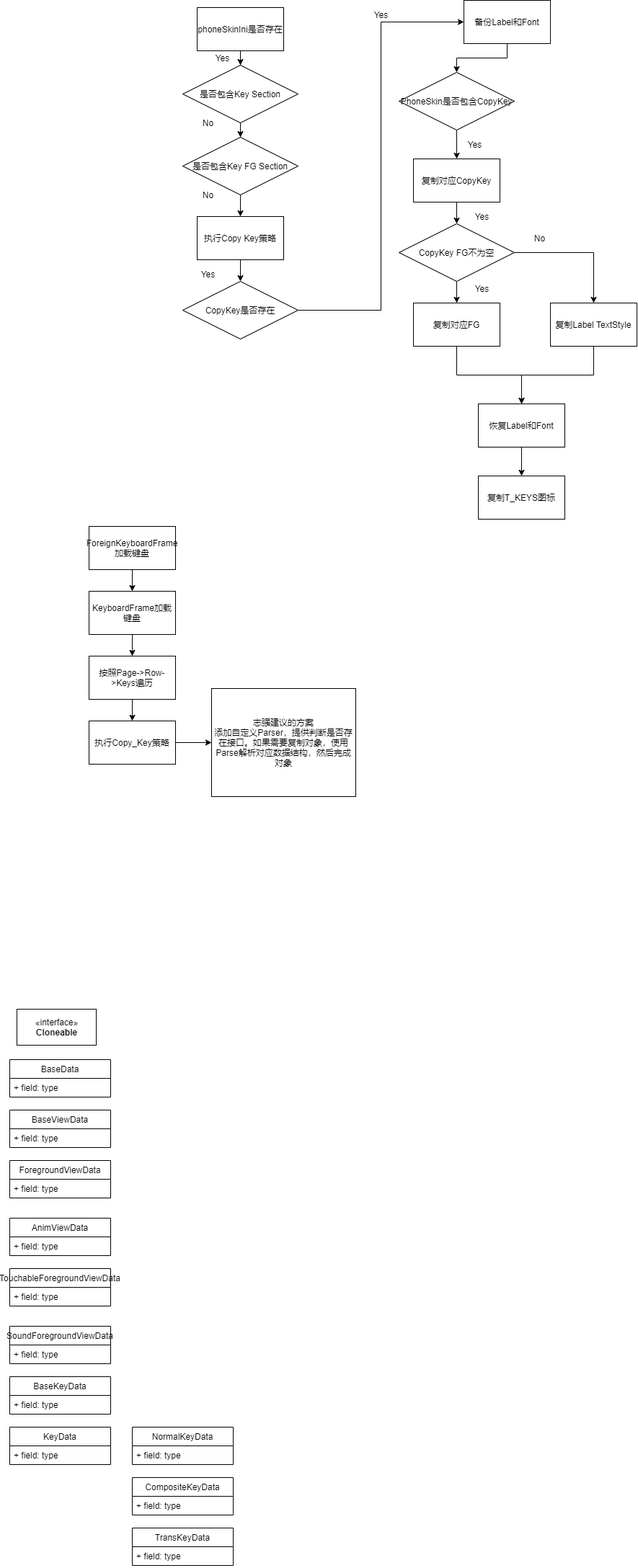
The draw.io diagram input/Copy_Key_Rectory.png in chonglv/charts, before a commit. Source tidied: cells renumbered, new cells last; positions are measured from the earlier drawing's top-left corner, leaving out a move shared by most shapes.
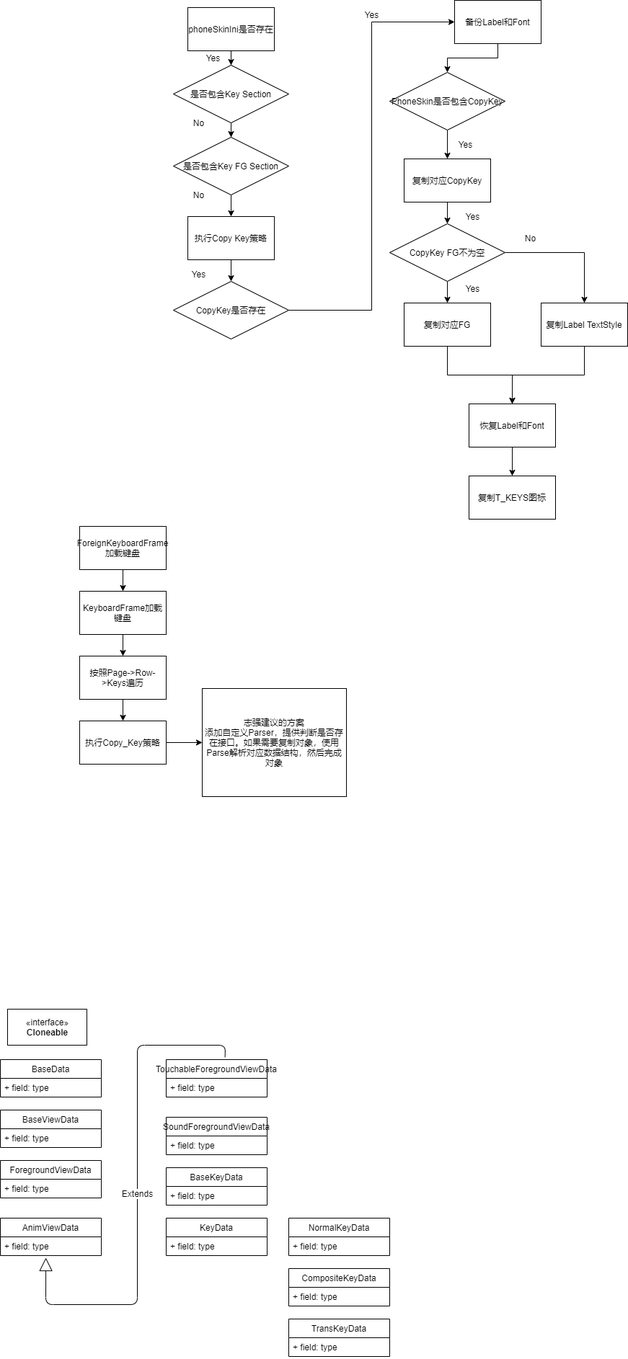
The same file after the commit.

Diff of the diagram source:
```diff
@@ -162,46 +162,56 @@
       <mxGeometry y="26" width="140" height="26" as="geometry" />
     </mxCell>
     <mxCell id="55" value="TouchableForegroundViewData" style="swimlane;fontStyle=0;horizontal=1;startSize=26;fillColor=none;" parent="1" vertex="1">
-      <mxGeometry y="1760" width="140" height="52" as="geometry" />
+      <mxGeometry x="230" y="1470" width="140" height="52" as="geometry" />
     </mxCell>
     <mxCell id="56" value="+ field: type" style="text;strokeColor=none;fillColor=none;align=left;verticalAlign=top;spacingLeft=4;spacingRight=4;overflow=hidden;" parent="55" vertex="1">
       <mxGeometry y="26" width="140" height="26" as="geometry" />
     </mxCell>
     <mxCell id="57" value="SoundForegroundViewData" style="swimlane;fontStyle=0;horizontal=1;startSize=26;fillColor=none;" parent="1" vertex="1">
-      <mxGeometry y="1840" width="140" height="52" as="geometry" />
+      <mxGeometry x="230" y="1550" width="140" height="52" as="geometry" />
     </mxCell>
     <mxCell id="58" value="+ field: type" style="text;strokeColor=none;fillColor=none;align=left;verticalAlign=top;spacingLeft=4;spacingRight=4;overflow=hidden;" parent="57" vertex="1">
       <mxGeometry y="26" width="140" height="26" as="geometry" />
     </mxCell>
     <mxCell id="59" value="BaseKeyData" style="swimlane;fontStyle=0;horizontal=1;startSize=26;fillColor=none;" parent="1" vertex="1">
-      <mxGeometry y="1910" width="140" height="52" as="geometry" />
+      <mxGeometry x="230" y="1620" width="140" height="52" as="geometry" />
     </mxCell>
     <mxCell id="60" value="+ field: type" style="text;strokeColor=none;fillColor=none;align=left;verticalAlign=top;spacingLeft=4;spacingRight=4;overflow=hidden;" parent="59" vertex="1">
       <mxGeometry y="26" width="140" height="26" as="geometry" />
     </mxCell>
     <mxCell id="61" value="KeyData" style="swimlane;fontStyle=0;horizontal=1;startSize=26;fillColor=none;" parent="1" vertex="1">
-      <mxGeometry y="1980" width="140" height="52" as="geometry" />
+      <mxGeometry x="230" y="1690" width="140" height="52" as="geometry" />
     </mxCell>
     <mxCell id="62" value="+ field: type" style="text;strokeColor=none;fillColor=none;align=left;verticalAlign=top;spacingLeft=4;spacingRight=4;overflow=hidden;" parent="61" vertex="1">
       <mxGeometry y="26" width="140" height="26" as="geometry" />
     </mxCell>
     <mxCell id="63" value="NormalKeyData" style="swimlane;fontStyle=0;horizontal=1;startSize=26;fillColor=none;" parent="1" vertex="1">
-      <mxGeometry x="170" y="1980" width="140" height="52" as="geometry" />
+      <mxGeometry x="400" y="1690" width="140" height="52" as="geometry" />
     </mxCell>
     <mxCell id="64" value="+ field: type" style="text;strokeColor=none;fillColor=none;align=left;verticalAlign=top;spacingLeft=4;spacingRight=4;overflow=hidden;" parent="63" vertex="1">
       <mxGeometry y="26" width="140" height="26" as="geometry" />
     </mxCell>
     <mxCell id="65" value="CompositeKeyData" style="swimlane;fontStyle=0;horizontal=1;startSize=26;fillColor=none;" parent="1" vertex="1">
-      <mxGeometry x="170" y="2050" width="140" height="52" as="geometry" />
+      <mxGeometry x="400" y="1760" width="140" height="52" as="geometry" />
     </mxCell>
     <mxCell id="66" value="+ field: type" style="text;strokeColor=none;fillColor=none;align=left;verticalAlign=top;spacingLeft=4;spacingRight=4;overflow=hidden;" parent="65" vertex="1">
       <mxGeometry y="26" width="140" height="26" as="geometry" />
     </mxCell>
     <mxCell id="67" value="TransKeyData" style="swimlane;fontStyle=0;horizontal=1;startSize=26;fillColor=none;" parent="1" vertex="1">
-      <mxGeometry x="170" y="2120" width="140" height="52" as="geometry" />
+      <mxGeometry x="400" y="1830" width="140" height="52" as="geometry" />
     </mxCell>
     <mxCell id="68" value="+ field: type" style="text;strokeColor=none;fillColor=none;align=left;verticalAlign=top;spacingLeft=4;spacingRight=4;overflow=hidden;" parent="67" vertex="1">
       <mxGeometry y="26" width="140" height="26" as="geometry" />
     </mxCell>
+    <mxCell id="69" value="Extends" style="endArrow=block;endSize=16;endFill=0;html=1;entryX=0.451;entryY=1.115;entryDx=0;entryDy=0;entryPerimeter=0;exitX=0.583;exitY=-0.064;exitDx=0;exitDy=0;exitPerimeter=0;" parent="1" edge="1" source="55" target="54">
+      <mxGeometry relative="1" as="geometry">
+        <Array as="points">
+          <mxPoint x="312" y="1450" />
+          <mxPoint x="190" y="1450" />
+          <mxPoint x="190" y="1810" />
+          <mxPoint x="63" y="1810" />
+        </Array>
+      </mxGeometry>
+    </mxCell>
   </root>
 </mxGraphModel>
```
